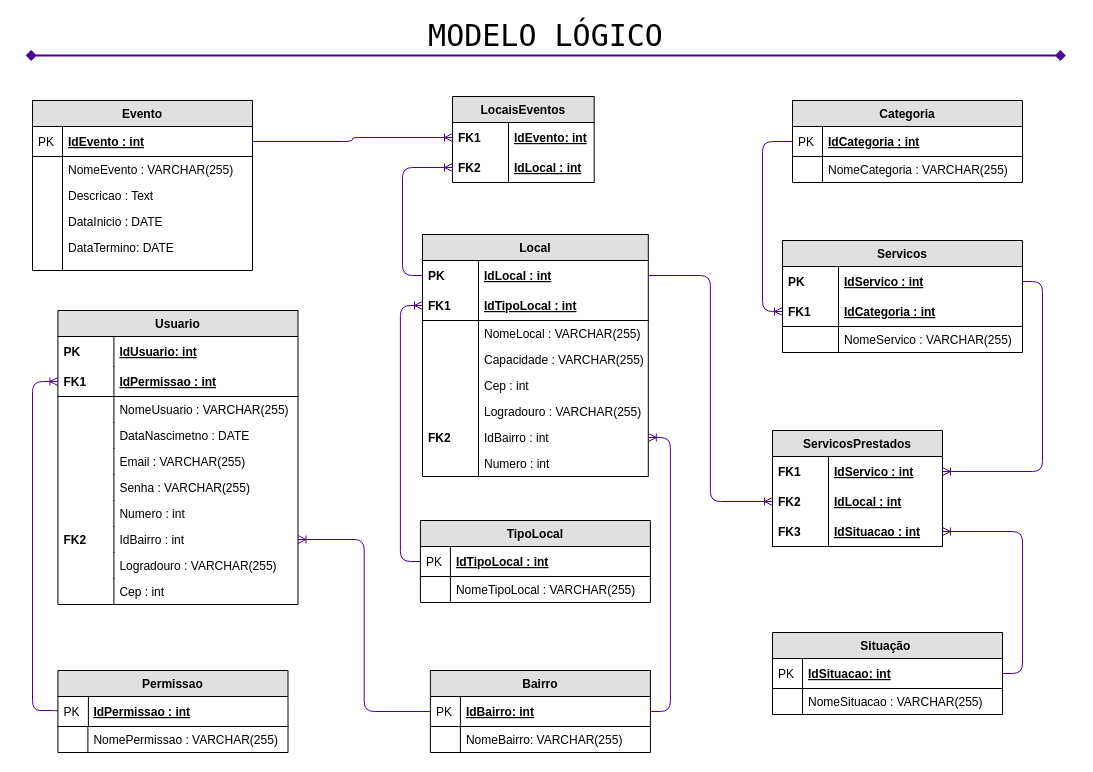
Above: page "MODELO LÓGICO" (2 of 2) of sprint1-bd/Modelagem/WebsiteDaSaude-Modelagem.drawio in lukkanog/website-da-saude (draw.io), before the change. Source tidied: cells renumbered, new cells numbered last; positions are measured from the earlier drawing's top-left corner, leaving out a move shared by most shapes. Both pictures are drawn from the tidied source at 100%, with x=0, y=0 at pixel (25, 25).
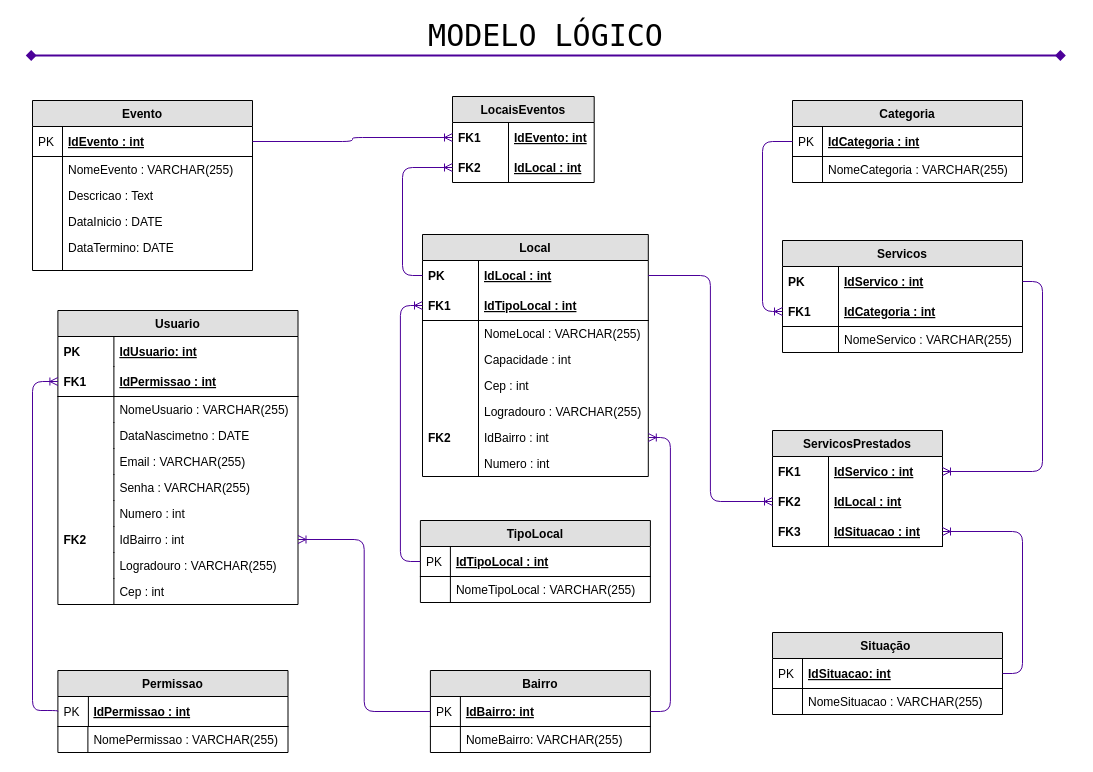
After the change.

The change refers to these unchanged cells:
```xml
<mxCell id="58" value="Local" style="swimlane;fontStyle=1;horizontal=1;startSize=26;fillColor=#e0e0e0;swimlaneFillColor=#ffffff;align=center;fontSize=12;" parent="1" vertex="1">
  <mxGeometry x="397" y="209" width="225.8" height="242" as="geometry" />
</mxCell>
```

Diff of the diagram source:
```diff
@@
-    <mxCell id="65" value="Capacidade : VARCHAR(255)" style="shape=partialRectangle;top=0;left=0;right=0;bottom=0;align=left;verticalAlign=top;fillColor=none;spacingLeft=60;spacingRight=4;overflow=hidden;fontSize=12;" parent="58" vertex="1">
+    <mxCell id="65" value="Capacidade : int" style="shape=partialRectangle;top=0;left=0;right=0;bottom=0;align=left;verticalAlign=top;fillColor=none;spacingLeft=60;spacingRight=4;overflow=hidden;fontSize=12;" parent="58" vertex="1">
       <mxGeometry y="112" width="225.8" height="26" as="geometry" />
     </mxCell>
```
